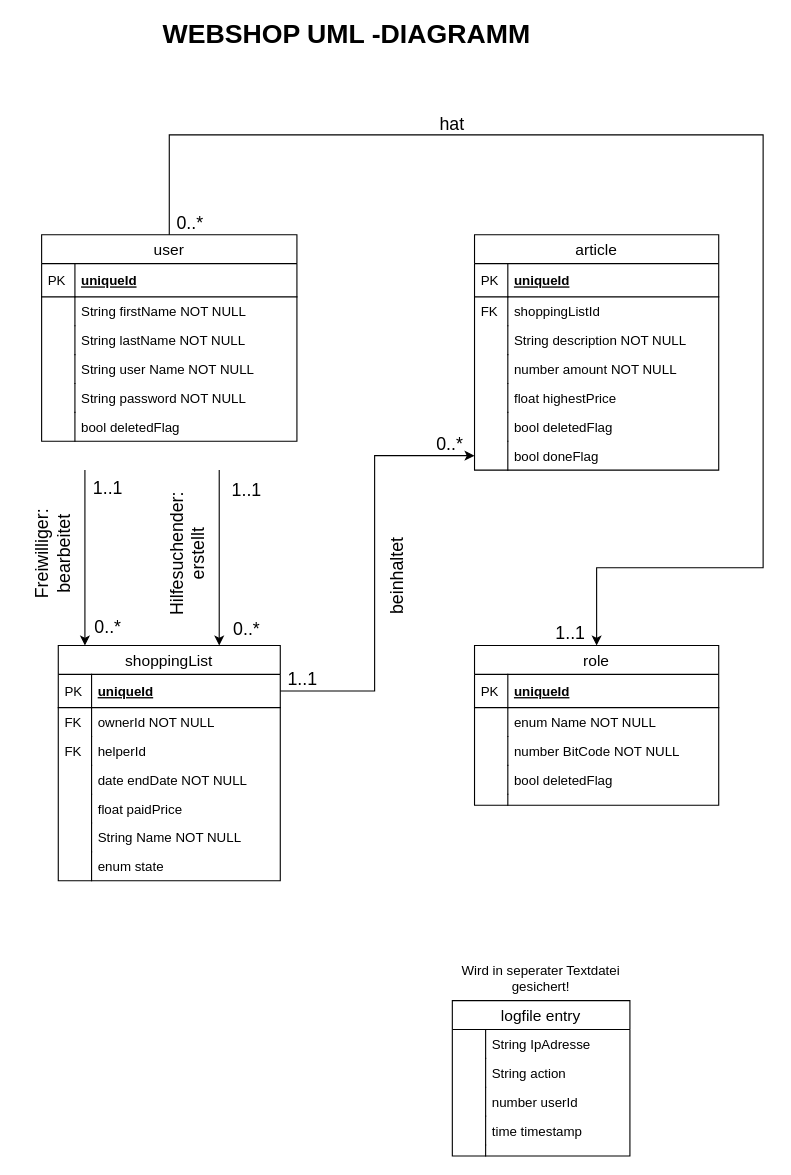
Earlier version of the draw.io diagram doc/UML-Diagramm SCRWebshop.drawio (gotome/webshop). Source tidied: cells renumbered, new cells numbered last; positions are measured from the earlier drawing's top-left corner, leaving out a move shared by most shapes. Both pictures are drawn from the tidied source at 111%, with x=0, y=0 at pixel (19, 23).
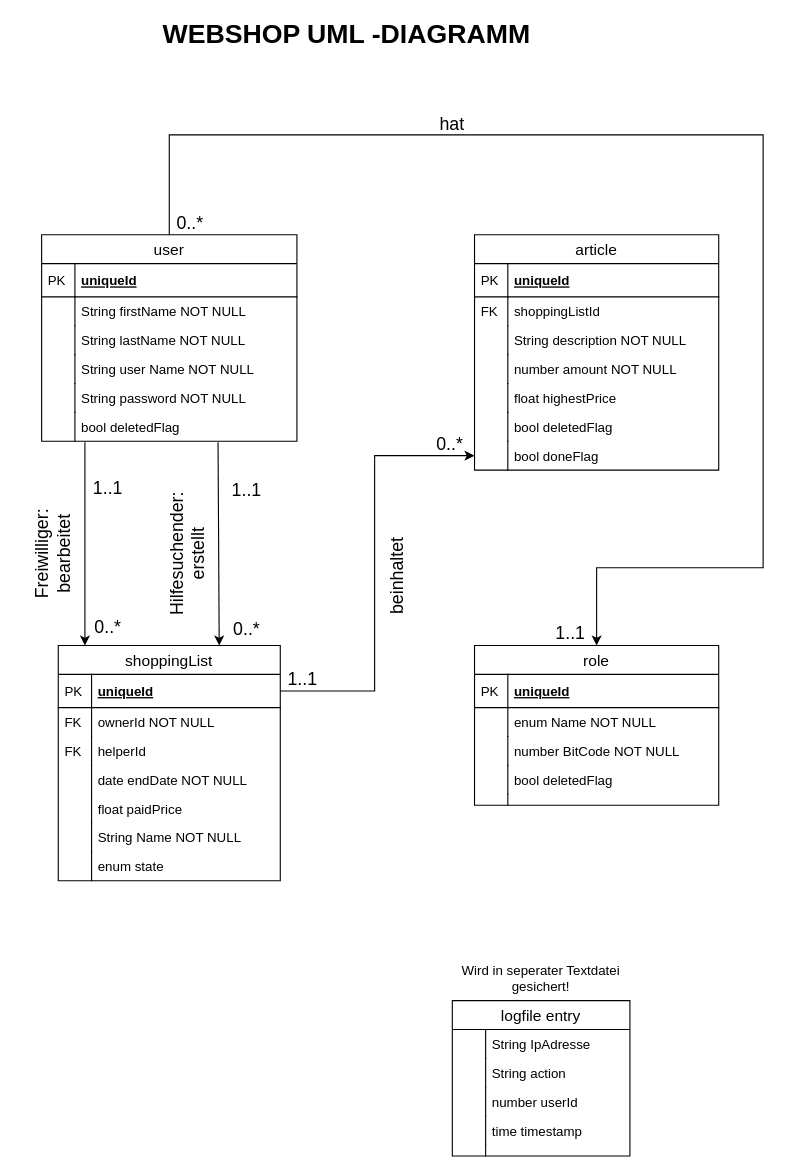
After the change.

Commit message (it also covers changes not shown here):
delete user creation on sql dump file

Unchanged cells that the change refers to:
```xml
<mxCell id="26" value="bool deletedFlag" style="shape=partialRectangle;top=0;left=0;right=0;bottom=0;align=left;verticalAlign=top;fillColor=none;spacingLeft=34;spacingRight=4;overflow=hidden;points=[[0,0.5],[1,0.5]];portConstraint=eastwest;fontSize=12;" parent="15" vertex="1">
  <mxGeometry y="160" width="230" height="26" as="geometry" />
</mxCell>
```

The edit, as a diff of the source:
```diff
@@
-    <mxCell id="54" style="endArrow=classic;html=1;fontSize=24;entryX=0.5;entryY=0;entryDx=0;entryDy=0;" parent="1" edge="1">
+    <mxCell id="54" style="endArrow=classic;html=1;fontSize=24;entryX=0.5;entryY=0;entryDx=0;entryDy=0;exitX=0.691;exitY=1.038;exitDx=0;exitDy=0;exitPerimeter=0;" parent="1" edge="1" source="26">
       <mxGeometry relative="1" as="geometry">
-        <mxPoint x="180" y="402" as="sourcePoint" />
         <mxPoint x="180" y="560" as="targetPoint" />
       </mxGeometry>
     </mxCell>
@@
     <mxCell id="76" style="endArrow=classic;html=1;fontSize=24;entryX=0.5;entryY=0;entryDx=0;entryDy=0;" parent="1" edge="1">
       <mxGeometry relative="1" as="geometry">
-        <mxPoint x="59" y="402" as="sourcePoint" />
+        <mxPoint x="59" y="377" as="sourcePoint" />
         <mxPoint x="59" y="560" as="targetPoint" />
       </mxGeometry>
     </mxCell>
```
